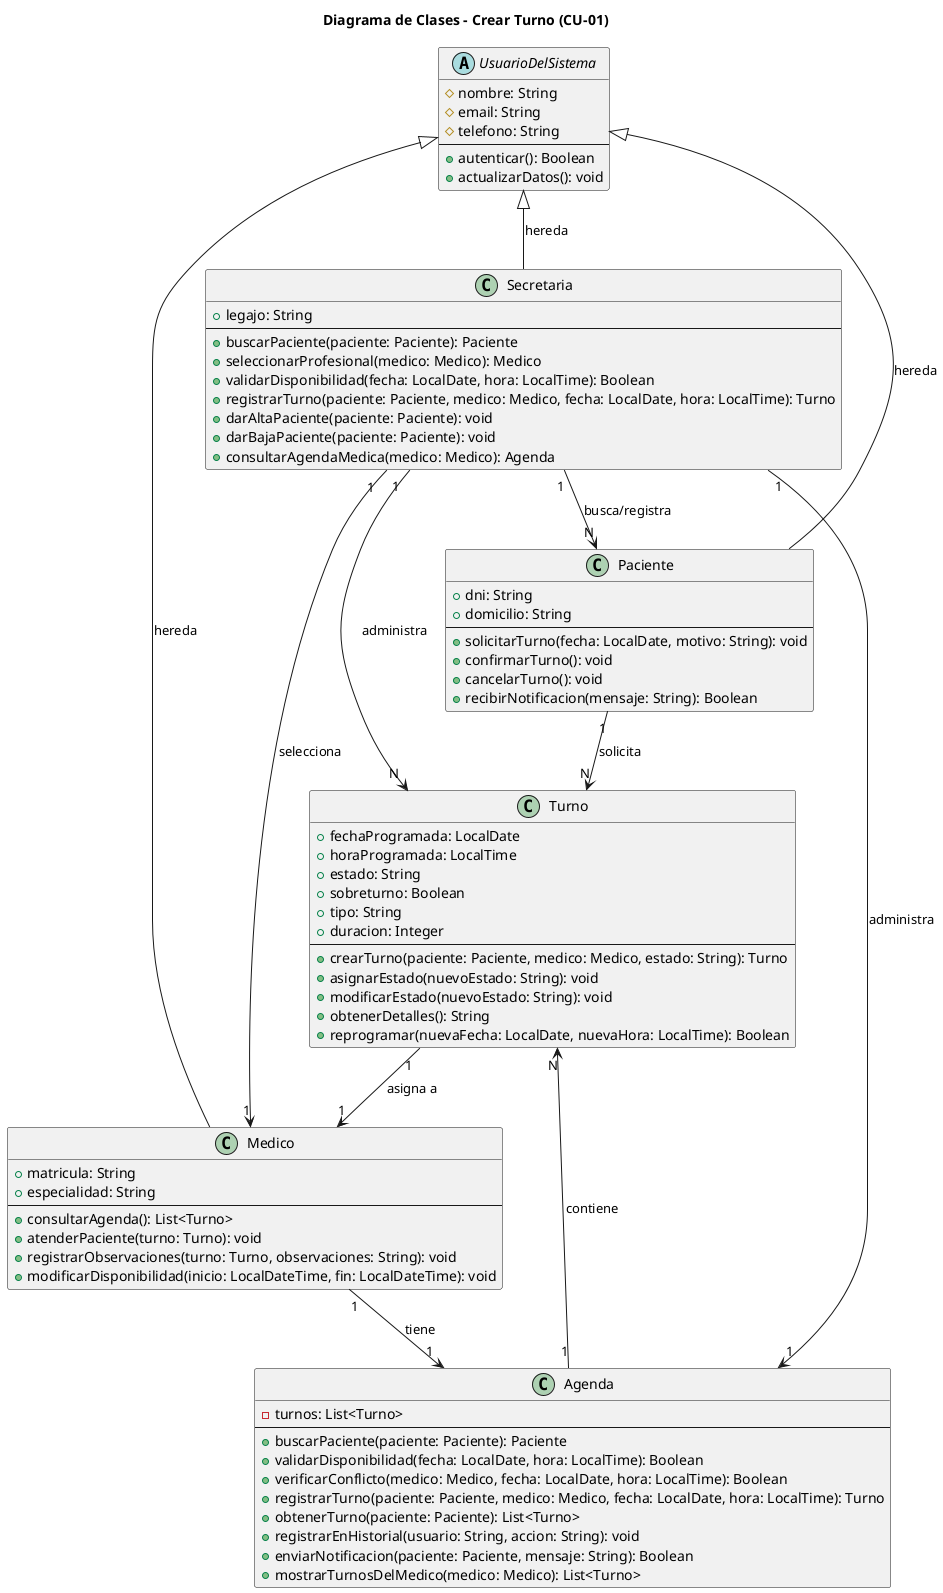
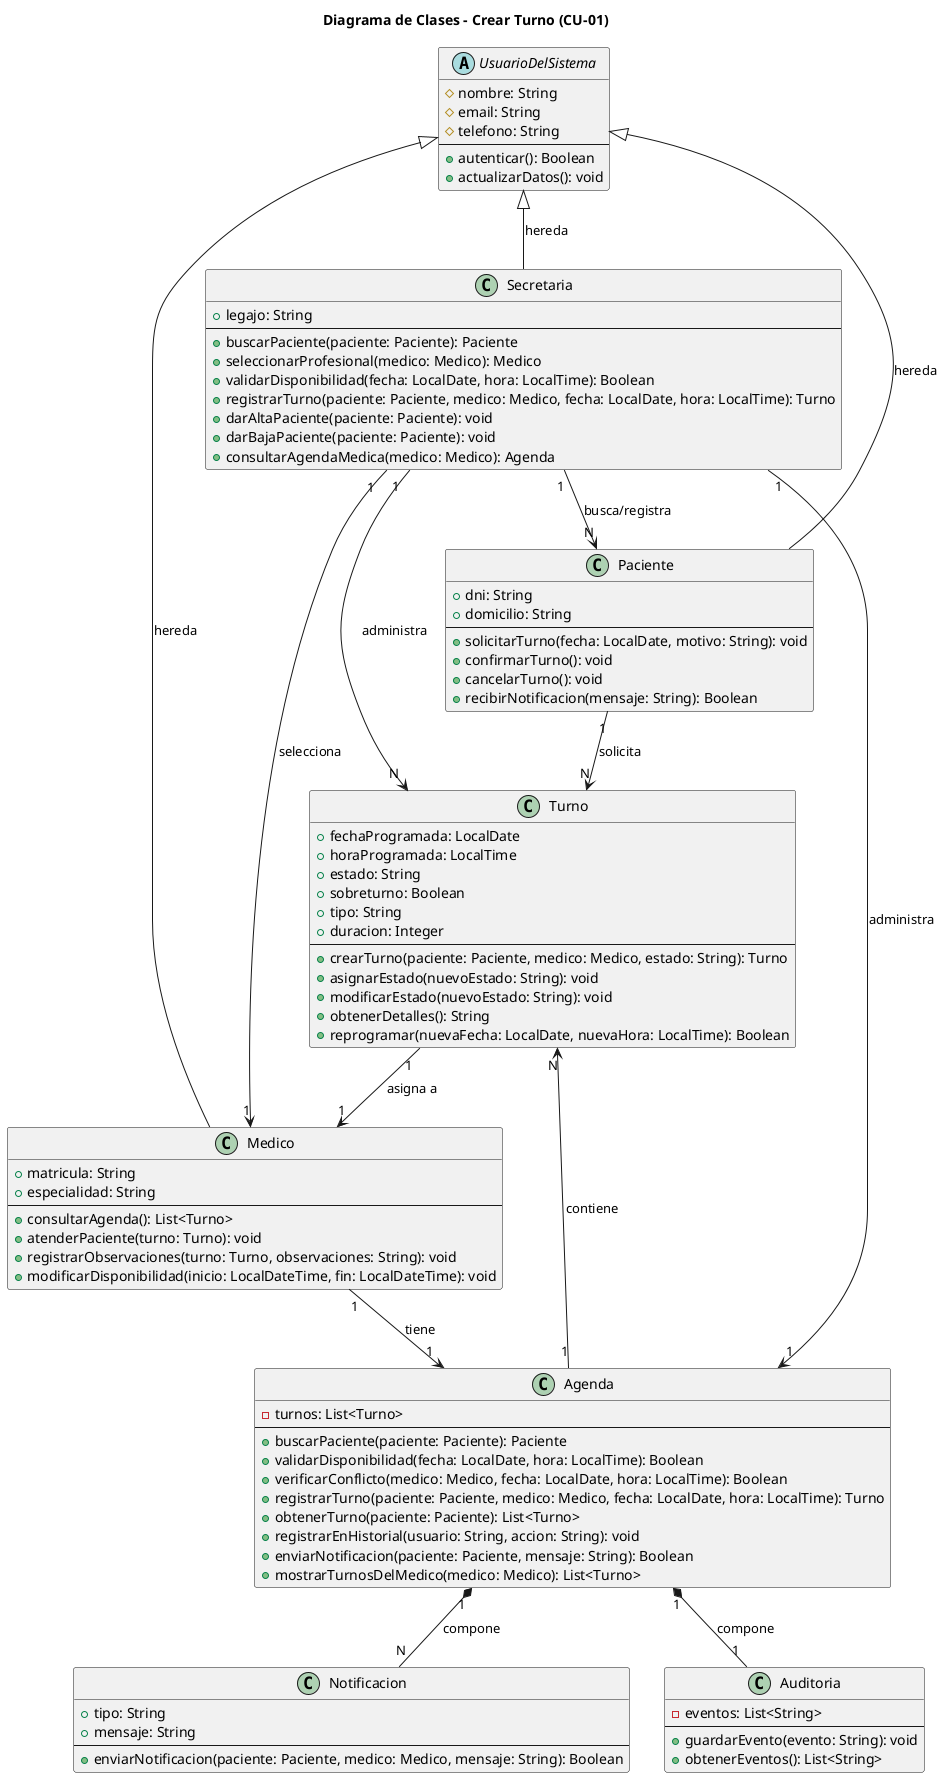
@startuml 01-clases-crear-turno-01

title Diagrama de Clases - Crear Turno (CU-01)

abstract class UsuarioDelSistema {
  # nombre: String
  # email: String
  # telefono: String
  --
  + autenticar(): Boolean
  + actualizarDatos(): void
}

class Paciente {
  + dni: String
  + domicilio: String
  --
  + solicitarTurno(fecha: LocalDate, motivo: String): void
  + confirmarTurno(): void
  + cancelarTurno(): void
  + recibirNotificacion(mensaje: String): Boolean
}

class Secretaria {
  + legajo: String
  --
  + buscarPaciente(paciente: Paciente): Paciente
  + seleccionarProfesional(medico: Medico): Medico
  + validarDisponibilidad(fecha: LocalDate, hora: LocalTime): Boolean
  + registrarTurno(paciente: Paciente, medico: Medico, fecha: LocalDate, hora: LocalTime): Turno
  + darAltaPaciente(paciente: Paciente): void
  + darBajaPaciente(paciente: Paciente): void
  + consultarAgendaMedica(medico: Medico): Agenda
}

class Medico {
  + matricula: String
  + especialidad: String
  --
  + consultarAgenda(): List<Turno>
  + atenderPaciente(turno: Turno): void
  + registrarObservaciones(turno: Turno, observaciones: String): void
  + modificarDisponibilidad(inicio: LocalDateTime, fin: LocalDateTime): void
}

class Turno {
  + fechaProgramada: LocalDate
  + horaProgramada: LocalTime
  + estado: String
  + sobreturno: Boolean
  + tipo: String
  + duracion: Integer
  --
  + crearTurno(paciente: Paciente, medico: Medico, estado: String): Turno
  + asignarEstado(nuevoEstado: String): void
  + modificarEstado(nuevoEstado: String): void
  + obtenerDetalles(): String
  + reprogramar(nuevaFecha: LocalDate, nuevaHora: LocalTime): Boolean
}

class Agenda {
  - turnos: List<Turno>
  --
  + buscarPaciente(paciente: Paciente): Paciente
  + validarDisponibilidad(fecha: LocalDate, hora: LocalTime): Boolean
  + verificarConflicto(medico: Medico, fecha: LocalDate, hora: LocalTime): Boolean
  + registrarTurno(paciente: Paciente, medico: Medico, fecha: LocalDate, hora: LocalTime): Turno
  + obtenerTurno(paciente: Paciente): List<Turno>
  + registrarEnHistorial(usuario: String, accion: String): void
  + enviarNotificacion(paciente: Paciente, mensaje: String): Boolean
  + mostrarTurnosDelMedico(medico: Medico): List<Turno>
}

+ class Notificacion {
+   + tipo: String
+   + mensaje: String
+   --
+   + enviarNotificacion(paciente: Paciente, medico: Medico, mensaje: String): Boolean
+ }
+ 
+ class Auditoria {
+   - eventos: List<String>
+   --
+   + guardarEvento(evento: String): void
+   + obtenerEventos(): List<String>
+ }
+ 

UsuarioDelSistema <|-- Paciente : hereda
UsuarioDelSistema <|-- Secretaria : hereda
UsuarioDelSistema <|-- Medico : hereda

Secretaria "1 "--> "1" Agenda : administra
Secretaria "1 "--> "N" Paciente : busca/registra
Secretaria "1 "--> "1" Medico : selecciona
Secretaria "1 "--> "N" Turno : administra

Agenda "1" --> "N" Turno : contiene
+ Agenda "1" *-- "1" Auditoria : compone
+ Agenda "1" *-- "N" Notificacion : compone

Paciente "1" --> "N" Turno : solicita

Turno "1" --> "1" Medico : asigna a

Medico "1" -->  "1" Agenda : tiene

@enduml